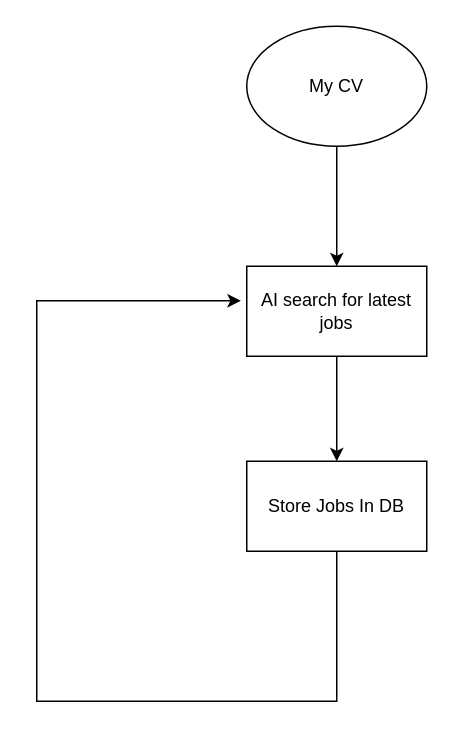
Before: Diagrams/Untitled Diagram.drawio in JaneyRG/AI_Job_Finder, a draw.io diagram. Source tidied: cells renumbered, new cells numbered last; positions are measured from the earlier drawing's top-left corner, leaving out a move shared by most shapes. Both pictures are drawn from the tidied source at 150%, with x=0, y=0 at pixel (36, 26).
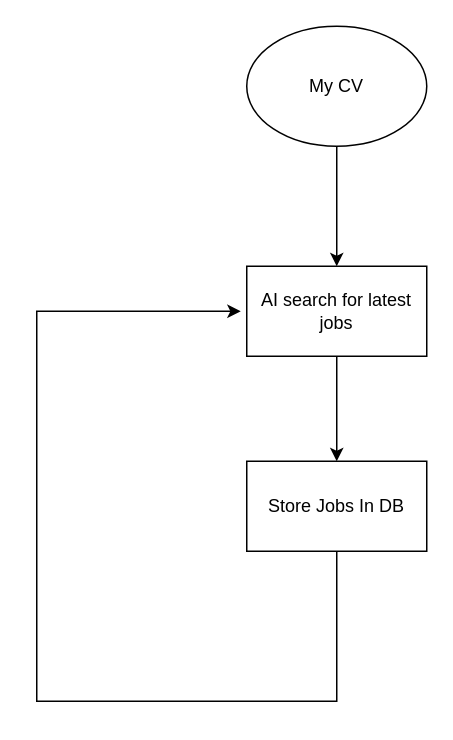
The same diagram, later.

What changed in the source:
```diff
@@
 <mxGraphModel>
   <root>
     <mxCell id="0" />
     <mxCell id="1" parent="0" />
     <mxCell id="2" value="AI search for latest jobs" style="rounded=0;whiteSpace=wrap;html=1;" parent="1" vertex="1">
       <mxGeometry x="140" y="160" width="120" height="60" as="geometry" />
     </mxCell>
     <mxCell id="3" value="My CV" style="ellipse;whiteSpace=wrap;html=1;" parent="1" vertex="1">
       <mxGeometry x="140" width="120" height="80" as="geometry" />
     </mxCell>
     <mxCell id="4" style="endArrow=classic;html=1;rounded=0;exitX=0.5;exitY=1;exitDx=0;exitDy=0;entryX=0.5;entryY=0;entryDx=0;entryDy=0;" parent="1" edge="1" source="3" target="2">
       <mxGeometry relative="1" as="geometry" />
     </mxCell>
     <mxCell id="5" value="Store Jobs In DB" style="rounded=0;whiteSpace=wrap;html=1;" parent="1" vertex="1">
       <mxGeometry x="140" y="290" width="120" height="60" as="geometry" />
     </mxCell>
     <mxCell id="6" style="endArrow=classic;html=1;rounded=0;exitX=0.5;exitY=1;exitDx=0;exitDy=0;entryX=0.5;entryY=0;entryDx=0;entryDy=0;" parent="1" edge="1" source="2" target="5">
       <mxGeometry relative="1" as="geometry" />
     </mxCell>
-    <mxCell id="7" style="endArrow=classic;html=1;rounded=0;entryX=-0.033;entryY=0.383;entryDx=0;entryDy=0;entryPerimeter=0;exitX=0.5;exitY=1;exitDx=0;exitDy=0;" parent="1" edge="1" source="5" target="2">
+    <mxCell id="7" style="endArrow=classic;html=1;rounded=0;exitX=0.5;exitY=1;exitDx=0;exitDy=0;" parent="1" edge="1" source="5">
       <mxGeometry relative="1" as="geometry">
+        <mxPoint x="136" y="190" as="targetPoint" />
         <Array as="points">
           <mxPoint x="200" y="450" />
           <mxPoint y="450" />
-          <mxPoint y="183" />
+          <mxPoint y="190" />
         </Array>
       </mxGeometry>
     </mxCell>
   </root>
 </mxGraphModel>
```
